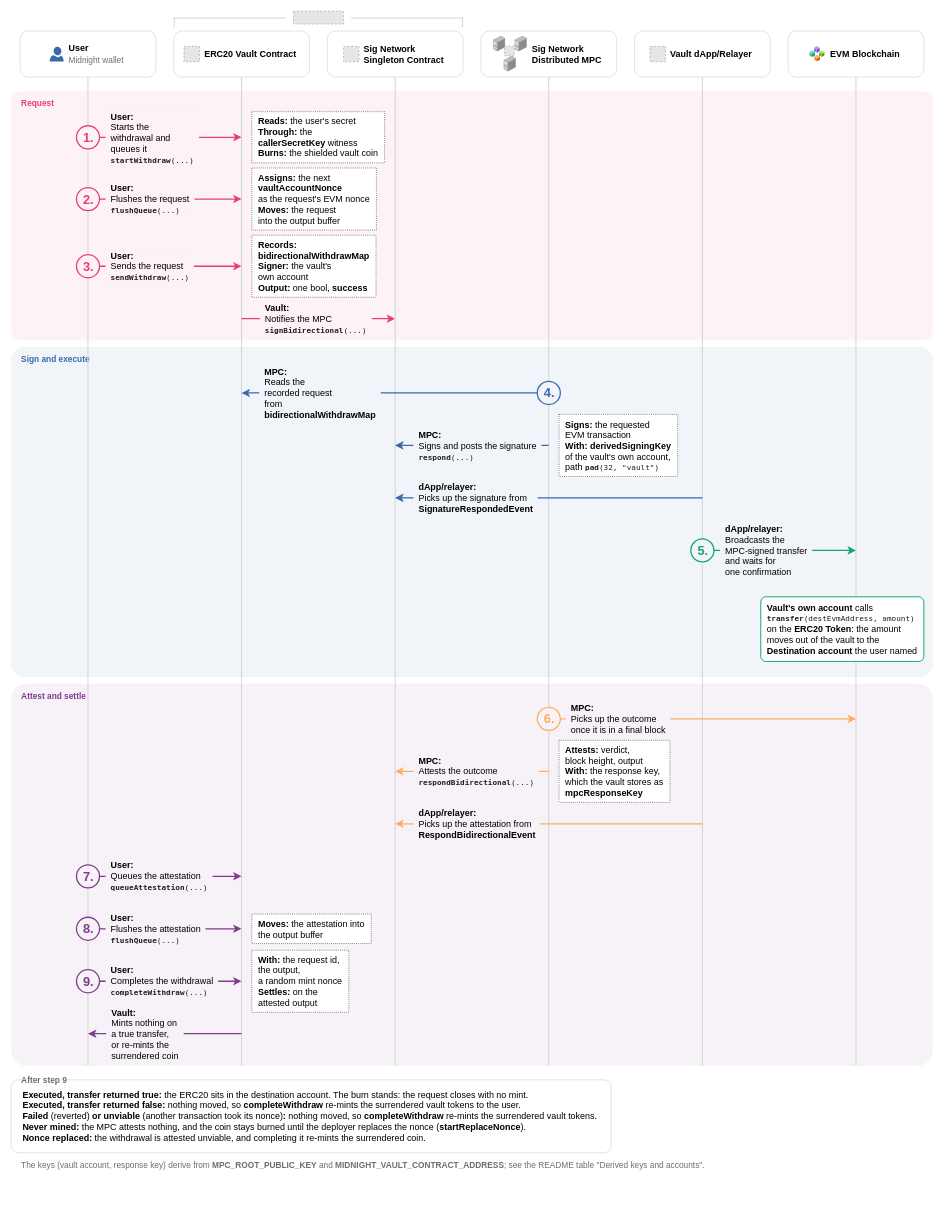
sig-net/midnight-examples keeps this draw.io diagram as examples/erc20-vault/docs/withdraw/withdraw.drawio. Above is the earlier version. Source tidied: cells renumbered, new cells numbered last; positions are measured from the earlier drawing's top-left corner, leaving out a move shared by most shapes. Both pictures are drawn from the tidied source at 64%, with x=0, y=0 at pixel (11, 11). Pictures stored in the file or linked from it are replaced by grey dashed boxes.
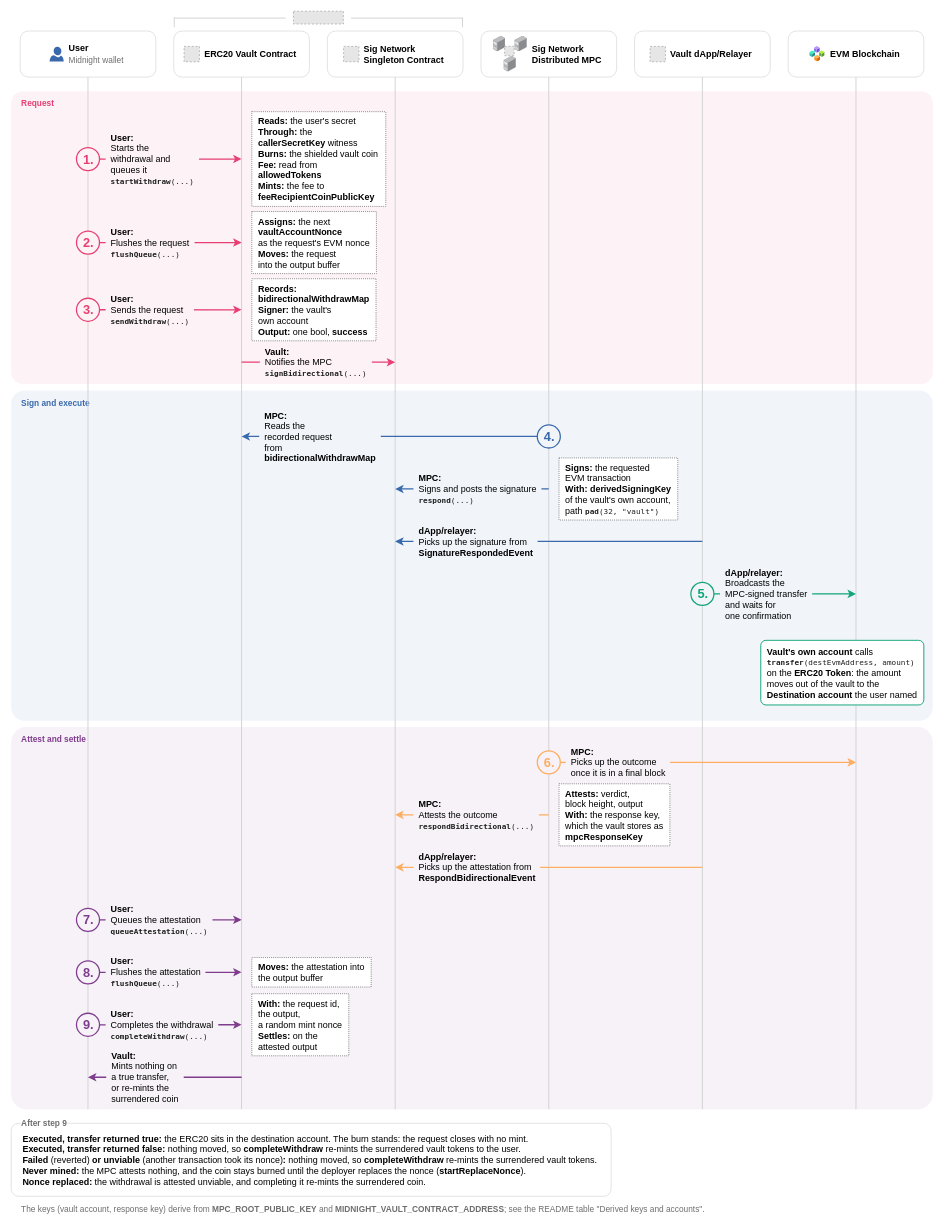
The same page after the edit.

The edit, as a diff of the source:
```diff
@@
     <mxCell id="2" style="rounded=1;arcSize=4;absoluteArcSize=0;whiteSpace=wrap;html=1;fillColor=#FDF2F5;strokeColor=none;" parent="1" vertex="1">
-      <mxGeometry y="125" width="1440" height="389.5" as="geometry" />
+      <mxGeometry y="125" width="1440" height="457.5" as="geometry" />
     </mxCell>
@@
     <mxCell id="4" style="rounded=1;arcSize=4;absoluteArcSize=0;whiteSpace=wrap;html=1;fillColor=#F1F5FA;strokeColor=none;" parent="1" vertex="1">
-      <mxGeometry y="524.5" width="1440" height="516" as="geometry" />
+      <mxGeometry y="592.5" width="1440" height="516" as="geometry" />
     </mxCell>
@@
     <mxCell id="6" style="rounded=1;arcSize=4;absoluteArcSize=0;whiteSpace=wrap;html=1;fillColor=#F6F2F7;strokeColor=none;" parent="1" vertex="1">
-      <mxGeometry y="1050.5" width="1440" height="597.2" as="geometry" />
+      <mxGeometry y="1118.5" width="1440" height="597.2" as="geometry" />
     </mxCell>
@@
     <mxCell id="8" style="rounded=0;html=1;fillColor=#D3D3D3;strokeColor=none;" parent="1" vertex="1">
-      <mxGeometry x="119.2" y="103" width="1.5" height="1544.7" as="geometry" />
+      <mxGeometry x="119.2" y="103" width="1.5" height="1612.7" as="geometry" />
     </mxCell>
@@
     <mxCell id="13" style="rounded=0;html=1;fillColor=#D3D3D3;strokeColor=none;" parent="1" vertex="1">
-      <mxGeometry x="359.2" y="103" width="1.5" height="1544.7" as="geometry" />
+      <mxGeometry x="359.2" y="103" width="1.5" height="1612.7" as="geometry" />
     </mxCell>
@@
     <mxCell id="17" style="rounded=0;html=1;fillColor=#D3D3D3;strokeColor=none;" parent="1" vertex="1">
-      <mxGeometry x="599.2" y="103" width="1.5" height="1544.7" as="geometry" />
+      <mxGeometry x="599.2" y="103" width="1.5" height="1612.7" as="geometry" />
     </mxCell>
@@
     <mxCell id="21" style="rounded=0;html=1;fillColor=#D3D3D3;strokeColor=none;" parent="1" vertex="1">
-      <mxGeometry x="839.2" y="103" width="1.5" height="1544.7" as="geometry" />
+      <mxGeometry x="839.2" y="103" width="1.5" height="1612.7" as="geometry" />
     </mxCell>
@@
     <mxCell id="28" style="rounded=0;html=1;fillColor=#D3D3D3;strokeColor=none;" parent="1" vertex="1">
-      <mxGeometry x="1079.2" y="103" width="1.5" height="1544.7" as="geometry" />
+      <mxGeometry x="1079.2" y="103" width="1.5" height="1612.7" as="geometry" />
     </mxCell>
@@
     <mxCell id="32" style="rounded=0;html=1;fillColor=#D3D3D3;strokeColor=none;" parent="1" vertex="1">
-      <mxGeometry x="1319.2" y="103" width="1.5" height="1544.7" as="geometry" />
+      <mxGeometry x="1319.2" y="103" width="1.5" height="1612.7" as="geometry" />
     </mxCell>
@@
-    <mxCell id="41" value="&lt;b&gt;Reads:&lt;/b&gt; the user's secret&lt;br&gt;&lt;b&gt;Through:&lt;/b&gt; the&lt;br&gt;&lt;b&gt;callerSecretKey&lt;/b&gt; witness&lt;br&gt;&lt;b&gt;Burns:&lt;/b&gt; the shielded vault coin" style="text;whiteSpace=wrap;html=1;horizontal=1;verticalAlign=middle;align=left;spacing=0;spacingLeft=10;spacingRight=6;fontSize=14;dashed=1;dashPattern=1 2;strokeColor=default;fillColor=#FFFFFF;" parent="1" vertex="1">
-      <mxGeometry x="376" y="157" width="207.5" height="80" as="geometry" />
+    <mxCell id="41" value="&lt;b&gt;Reads:&lt;/b&gt; the user's secret&lt;br&gt;&lt;b&gt;Through:&lt;/b&gt; the&lt;br&gt;&lt;b&gt;callerSecretKey&lt;/b&gt; witness&lt;br&gt;&lt;b&gt;Burns:&lt;/b&gt; the shielded vault coin&lt;br&gt;&lt;b&gt;Fee:&lt;/b&gt; read from &lt;b&gt;allowedTokens&lt;/b&gt;&lt;br&gt;&lt;b&gt;Mints:&lt;/b&gt; the fee to&lt;br&gt;&lt;b&gt;feeRecipientCoinPublicKey&lt;/b&gt;" style="text;whiteSpace=wrap;html=1;horizontal=1;verticalAlign=middle;align=left;spacing=0;spacingLeft=10;spacingRight=6;fontSize=14;dashed=1;dashPattern=1 2;strokeColor=default;fillColor=#FFFFFF;" parent="1" vertex="1">
+      <mxGeometry x="376" y="157" width="209.3" height="148" as="geometry" />
     </mxCell>
     <mxCell id="42" value="&lt;b&gt;Assigns:&lt;/b&gt; the next&lt;br&gt;&lt;b&gt;vaultAccountNonce&lt;/b&gt;&lt;br&gt;as the request's EVM nonce&lt;br&gt;&lt;b&gt;Moves:&lt;/b&gt; the request&lt;br&gt;into the output buffer" style="text;whiteSpace=wrap;html=1;horizontal=1;verticalAlign=middle;align=left;spacing=0;spacingLeft=10;spacingRight=6;fontSize=14;dashed=1;dashPattern=1 2;strokeColor=default;fillColor=#FFFFFF;" parent="1" vertex="1">
-      <mxGeometry x="376" y="245" width="194.6" height="97" as="geometry" />
+      <mxGeometry x="376" y="313" width="194.6" height="97" as="geometry" />
     </mxCell>
     <mxCell id="43" value="&lt;b&gt;Records:&lt;/b&gt;&lt;br&gt;&lt;b&gt;bidirectionalWithdrawMap&lt;/b&gt;&lt;br&gt;&lt;b&gt;Signer:&lt;/b&gt; the vault's&lt;br&gt;own account&lt;br&gt;&lt;b&gt;Output:&lt;/b&gt; one bool, &lt;b&gt;success&lt;/b&gt;" style="text;whiteSpace=wrap;html=1;horizontal=1;verticalAlign=middle;align=left;spacing=0;spacingLeft=10;spacingRight=6;fontSize=14;dashed=1;dashPattern=1 2;strokeColor=default;fillColor=#FFFFFF;" parent="1" vertex="1">
-      <mxGeometry x="376" y="350" width="194" height="97" as="geometry" />
+      <mxGeometry x="376" y="418" width="194" height="97" as="geometry" />
     </mxCell>
     <mxCell id="44" value="&lt;b&gt;Signs:&lt;/b&gt; the requested&lt;br&gt;EVM transaction&lt;br&gt;&lt;b&gt;With:&lt;/b&gt; &lt;b&gt;derivedSigningKey&lt;/b&gt;&lt;br&gt;of the vault's own account,&lt;br&gt;path &lt;span style=&quot;font-family: Menlo, Monaco, 'Courier New', monospace; font-size: 12px; color: rgb(32, 32, 32);&quot;&gt;&lt;b&gt;pad&lt;/b&gt;(32, &quot;vault&quot;)&lt;/span&gt;" style="text;whiteSpace=wrap;html=1;horizontal=1;verticalAlign=middle;align=left;spacing=0;spacingLeft=10;spacingRight=6;fontSize=14;dashed=1;dashPattern=1 2;strokeColor=default;fillColor=#FFFFFF;" parent="1" vertex="1">
-      <mxGeometry x="856" y="630" width="185.5" height="97" as="geometry" />
+      <mxGeometry x="856" y="698" width="185.5" height="97" as="geometry" />
     </mxCell>
     <mxCell id="45" value="&lt;b&gt;Attests:&lt;/b&gt; verdict,&lt;br&gt;block height, output&lt;br&gt;&lt;b&gt;With:&lt;/b&gt; the response key,&lt;br&gt;which the vault stores as&lt;br&gt;&lt;b&gt;mpcResponseKey&lt;/b&gt;" style="text;whiteSpace=wrap;html=1;horizontal=1;verticalAlign=middle;align=left;spacing=0;spacingLeft=10;spacingRight=6;fontSize=14;dashed=1;dashPattern=1 2;strokeColor=default;fillColor=#FFFFFF;" parent="1" vertex="1">
-      <mxGeometry x="856" y="1139.2" width="173.2" height="97" as="geometry" />
+      <mxGeometry x="856" y="1207.2" width="173.2" height="97" as="geometry" />
     </mxCell>
     <mxCell id="46" value="&lt;b&gt;Moves:&lt;/b&gt; the attestation into&lt;br&gt;the output buffer" style="text;whiteSpace=wrap;html=1;horizontal=1;verticalAlign=middle;align=left;spacing=0;spacingLeft=10;spacingRight=6;fontSize=14;dashed=1;dashPattern=1 2;strokeColor=default;fillColor=#FFFFFF;" parent="1" vertex="1">
-      <mxGeometry x="376" y="1410.7" width="186.5" height="46" as="geometry" />
+      <mxGeometry x="376" y="1478.7" width="186.5" height="46" as="geometry" />
     </mxCell>
     <mxCell id="47" value="&lt;b&gt;With:&lt;/b&gt; the request id,&lt;br&gt;the output,&lt;br&gt;a random mint nonce&lt;br&gt;&lt;b&gt;Settles:&lt;/b&gt; on the&lt;br&gt;attested output" style="text;whiteSpace=wrap;html=1;horizontal=1;verticalAlign=middle;align=left;spacing=0;spacingLeft=10;spacingRight=6;fontSize=14;dashed=1;dashPattern=1 2;strokeColor=default;fillColor=#FFFFFF;" parent="1" vertex="1">
-      <mxGeometry x="376" y="1467.2" width="151.5" height="97" as="geometry" />
+      <mxGeometry x="376" y="1535.2" width="151.5" height="97" as="geometry" />
     </mxCell>
     <mxCell id="48" value="&lt;b&gt;Executed, transfer returned true:&lt;/b&gt; the ERC20 sits in the destination account. The burn stands: the request closes with no mint.&lt;br&gt;&lt;b&gt;Executed, transfer returned false:&lt;/b&gt; nothing moved, so &lt;b&gt;completeWithdraw&lt;/b&gt; re-mints the surrendered vault tokens to the user.&lt;br&gt;&lt;b&gt;Failed&lt;/b&gt; (reverted) &lt;b&gt;or unviable&lt;/b&gt; (another transaction took its nonce)&lt;b&gt;:&lt;/b&gt; nothing moved, so &lt;b&gt;completeWithdraw&lt;/b&gt; re-mints the surrendered vault tokens.&lt;br&gt;&lt;b&gt;Never mined:&lt;/b&gt; the MPC attests nothing, and the coin stays burned until the deployer replaces the nonce (&lt;b&gt;startReplaceNonce&lt;/b&gt;).&lt;br&gt;&lt;b&gt;Nonce replaced:&lt;/b&gt; the withdrawal is attested unviable, and completing it re-mints the surrendered coin." style="rounded=1;arcSize=10;whiteSpace=wrap;html=1;align=left;verticalAlign=middle;fillColor=#FFFFFF;strokeColor=#D3D3D3;spacingLeft=16;spacingRight=16;fontSize=14;" parent="1" vertex="1">
-      <mxGeometry y="1669.7" width="937.4" height="114" as="geometry" />
+      <mxGeometry y="1737.7" width="937.4" height="114" as="geometry" />
     </mxCell>
     <mxCell id="49" value="The keys (vault account, response key) derive from &lt;b&gt;MPC_ROOT_PUBLIC_KEY&lt;/b&gt; and &lt;b&gt;MIDNIGHT_VAULT_CONTRACT_ADDRESS&lt;/b&gt;; see the README table &quot;Derived keys and accounts&quot;." style="text;html=1;align=left;verticalAlign=middle;spacing=0;fontSize=13;fontColor=#6E6E6E;" parent="1" vertex="1">
-      <mxGeometry x="16" y="1793.7" width="1087.6" height="18" as="geometry" />
+      <mxGeometry x="16" y="1861.7" width="1087.6" height="18" as="geometry" />
     </mxCell>
     <mxCell id="50" value="&lt;b&gt;After step 9&lt;/b&gt;" style="text;html=1;align=left;verticalAlign=middle;spacing=0;fontSize=13;labelBackgroundColor=#FFFFFF;fontColor=#6E6E6E;spacingLeft=4;spacingRight=4;" parent="1" vertex="1">
-      <mxGeometry x="12" y="1660.7" width="83.5" height="18" as="geometry" />
+      <mxGeometry x="12" y="1728.7" width="83.5" height="18" as="geometry" />
     </mxCell>
-    <mxCell id="51" style="exitX=1;exitY=0.50000;exitDx=0;exitDy=0;entryX=0.5;entryY=0.06085777;entryDx=0;entryDy=0;html=1;strokeColor=#E73F74;rounded=1;arcSize=20;strokeWidth=2;exitPerimeter=0;entryPerimeter=0;endSize=7;" parent="1" edge="1" source="81" target="13">
+    <mxCell id="51" style="exitX=1;exitY=0.50000;exitDx=0;exitDy=0;entryX=0.5;entryY=0.07937;entryDx=0;entryDy=0;html=1;strokeColor=#E73F74;rounded=1;arcSize=20;strokeWidth=2;exitPerimeter=0;entryPerimeter=0;endSize=7;" parent="1" edge="1" source="81" target="13">
       <mxGeometry relative="1" as="geometry" />
     </mxCell>
@@
-    <mxCell id="53" style="exitX=1;exitY=0.50000;exitDx=0;exitDy=0;entryX=0.5;entryY=0.12332675;entryDx=0;entryDy=0;html=1;strokeColor=#E73F74;rounded=1;arcSize=20;strokeWidth=2;exitPerimeter=0;entryPerimeter=0;endSize=7;" parent="1" edge="1" source="82" target="13">
+    <mxCell id="53" style="exitX=1;exitY=0.50000;exitDx=0;exitDy=0;entryX=0.5;entryY=0.16029195;entryDx=0;entryDy=0;html=1;strokeColor=#E73F74;rounded=1;arcSize=20;strokeWidth=2;exitPerimeter=0;entryPerimeter=0;endSize=7;" parent="1" edge="1" source="82" target="13">
       <mxGeometry relative="1" as="geometry" />
     </mxCell>
@@
-    <mxCell id="55" style="exitX=1;exitY=0.50000;exitDx=0;exitDy=0;entryX=0.5;entryY=0.19130337;entryDx=0;entryDy=0;html=1;strokeColor=#E73F74;rounded=1;arcSize=20;strokeWidth=2;exitPerimeter=0;entryPerimeter=0;endSize=7;" parent="1" edge="1" source="83" target="13">
+    <mxCell id="55" style="exitX=1;exitY=0.50000;exitDx=0;exitDy=0;entryX=0.5;entryY=0.22540232;entryDx=0;entryDy=0;html=1;strokeColor=#E73F74;rounded=1;arcSize=20;strokeWidth=2;exitPerimeter=0;entryPerimeter=0;endSize=7;" parent="1" edge="1" source="83" target="13">
       <mxGeometry relative="1" as="geometry" />
     </mxCell>
@@
-    <mxCell id="57" style="exitX=0.5;exitY=0.24437885;exitDx=0;exitDy=0;entryX=0.5;entryY=0.24437885;entryDx=0;entryDy=0;html=1;strokeColor=#E73F74;rounded=1;arcSize=20;strokeWidth=2;exitPerimeter=0;entryPerimeter=0;endSize=7;" parent="1" edge="1" source="13" target="17">
+    <mxCell id="57" style="exitX=0.5;exitY=0.27623985;exitDx=0;exitDy=0;entryX=0.5;entryY=0.27623985;entryDx=0;entryDy=0;html=1;strokeColor=#E73F74;rounded=1;arcSize=20;strokeWidth=2;exitPerimeter=0;entryPerimeter=0;endSize=7;" parent="1" edge="1" source="13" target="17">
       <mxGeometry relative="1" as="geometry" />
     </mxCell>
@@
-    <mxCell id="59" style="exitX=0;exitY=0.50000;exitDx=0;exitDy=0;entryX=0.5;entryY=0.31947432;entryDx=0;entryDy=0;html=1;strokeColor=#3969AC;rounded=1;arcSize=20;strokeWidth=2;exitPerimeter=0;entryPerimeter=0;endSize=7;" parent="1" edge="1" source="84" target="13">
+    <mxCell id="59" style="exitX=0;exitY=0.50000;exitDx=0;exitDy=0;entryX=0.5;entryY=0.3481689;entryDx=0;entryDy=0;html=1;strokeColor=#3969AC;rounded=1;arcSize=20;strokeWidth=2;exitPerimeter=0;entryPerimeter=0;endSize=7;" parent="1" edge="1" source="84" target="13">
       <mxGeometry relative="1" as="geometry" />
     </mxCell>
@@
-    <mxCell id="61" style="exitX=0.5;exitY=0.37256032;exitDx=0;exitDy=0;entryX=0.5;entryY=0.37256032;entryDx=0;entryDy=0;html=1;strokeColor=#3969AC;rounded=1;arcSize=20;strokeWidth=2;exitPerimeter=0;entryPerimeter=0;endSize=7;" parent="1" edge="1" source="21" target="17">
+    <mxCell id="61" style="exitX=0.5;exitY=0.39901651;exitDx=0;exitDy=0;entryX=0.5;entryY=0.39901651;entryDx=0;entryDy=0;html=1;strokeColor=#3969AC;rounded=1;arcSize=20;strokeWidth=2;exitPerimeter=0;entryPerimeter=0;endSize=7;" parent="1" edge="1" source="21" target="17">
       <mxGeometry relative="1" as="geometry" />
     </mxCell>
@@
-    <mxCell id="63" style="exitX=0.5;exitY=0.42564632;exitDx=0;exitDy=0;entryX=0.5;entryY=0.42564632;entryDx=0;entryDy=0;html=1;strokeColor=#3969AC;rounded=1;arcSize=20;strokeWidth=2;exitPerimeter=0;entryPerimeter=0;endSize=7;" parent="1" edge="1" source="28" target="17">
+    <mxCell id="63" style="exitX=0.5;exitY=0.44986412;exitDx=0;exitDy=0;entryX=0.5;entryY=0.44986412;entryDx=0;entryDy=0;html=1;strokeColor=#3969AC;rounded=1;arcSize=20;strokeWidth=2;exitPerimeter=0;entryPerimeter=0;endSize=7;" parent="1" edge="1" source="28" target="17">
       <mxGeometry relative="1" as="geometry" />
     </mxCell>
@@
-    <mxCell id="65" style="exitX=1;exitY=0.50000;exitDx=0;exitDy=0;entryX=0.5;entryY=0.47873232;entryDx=0;entryDy=0;html=1;strokeColor=#11A579;rounded=1;arcSize=20;strokeWidth=2;exitPerimeter=0;entryPerimeter=0;endSize=7;" parent="1" edge="1" source="85" target="32">
+    <mxCell id="65" style="exitX=1;exitY=0.50000;exitDx=0;exitDy=0;entryX=0.5;entryY=0.50071174;entryDx=0;entryDy=0;html=1;strokeColor=#11A579;rounded=1;arcSize=20;strokeWidth=2;exitPerimeter=0;entryPerimeter=0;endSize=7;" parent="1" edge="1" source="85" target="32">
       <mxGeometry relative="1" as="geometry" />
     </mxCell>
@@
-    <mxCell id="67" style="exitX=1;exitY=0.50000;exitDx=0;exitDy=0;entryX=0.5;entryY=0.64912143;entryDx=0;entryDy=0;html=1;strokeColor=#FDAE61;rounded=1;arcSize=20;strokeWidth=2;exitPerimeter=0;entryPerimeter=0;endSize=7;" parent="1" edge="1" source="87" target="32">
+    <mxCell id="67" style="exitX=1;exitY=0.50000;exitDx=0;exitDy=0;entryX=0.5;entryY=0.66391634;entryDx=0;entryDy=0;html=1;strokeColor=#FDAE61;rounded=1;arcSize=20;strokeWidth=2;exitPerimeter=0;entryPerimeter=0;endSize=7;" parent="1" edge="1" source="87" target="32">
       <mxGeometry relative="1" as="geometry" />
     </mxCell>
@@
-    <mxCell id="69" style="exitX=0.5;exitY=0.70220744;exitDx=0;exitDy=0;entryX=0.5;entryY=0.70220744;entryDx=0;entryDy=0;html=1;strokeColor=#FDAE61;rounded=1;arcSize=20;strokeWidth=2;exitPerimeter=0;entryPerimeter=0;endSize=7;" parent="1" edge="1" source="21" target="17">
+    <mxCell id="69" style="exitX=0.5;exitY=0.71476396;exitDx=0;exitDy=0;entryX=0.5;entryY=0.71476396;entryDx=0;entryDy=0;html=1;strokeColor=#FDAE61;rounded=1;arcSize=20;strokeWidth=2;exitPerimeter=0;entryPerimeter=0;endSize=7;" parent="1" edge="1" source="21" target="17">
       <mxGeometry relative="1" as="geometry" />
     </mxCell>
@@
-    <mxCell id="71" style="exitX=0.5;exitY=0.75529344;exitDx=0;exitDy=0;entryX=0.5;entryY=0.75529344;entryDx=0;entryDy=0;html=1;strokeColor=#FDAE61;rounded=1;arcSize=20;strokeWidth=2;exitPerimeter=0;entryPerimeter=0;endSize=7;" parent="1" edge="1" source="28" target="17">
+    <mxCell id="71" style="exitX=0.5;exitY=0.76561157;exitDx=0;exitDy=0;entryX=0.5;entryY=0.76561157;entryDx=0;entryDy=0;html=1;strokeColor=#FDAE61;rounded=1;arcSize=20;strokeWidth=2;exitPerimeter=0;entryPerimeter=0;endSize=7;" parent="1" edge="1" source="28" target="17">
       <mxGeometry relative="1" as="geometry" />
     </mxCell>
@@
-    <mxCell id="73" style="exitX=1;exitY=0.50000;exitDx=0;exitDy=0;entryX=0.5;entryY=0.80837944;entryDx=0;entryDy=0;html=1;strokeColor=#7F3C8D;rounded=1;arcSize=20;strokeWidth=2;exitPerimeter=0;entryPerimeter=0;endSize=7;" parent="1" edge="1" source="88" target="13">
+    <mxCell id="73" style="exitX=1;exitY=0.50000;exitDx=0;exitDy=0;entryX=0.5;entryY=0.81645918;entryDx=0;entryDy=0;html=1;strokeColor=#7F3C8D;rounded=1;arcSize=20;strokeWidth=2;exitPerimeter=0;entryPerimeter=0;endSize=7;" parent="1" edge="1" source="88" target="13">
       <mxGeometry relative="1" as="geometry" />
     </mxCell>
@@
-    <mxCell id="75" style="exitX=1;exitY=0.50000;exitDx=0;exitDy=0;entryX=0.5;entryY=0.8614667;entryDx=0;entryDy=0;html=1;strokeColor=#7F3C8D;rounded=1;arcSize=20;strokeWidth=2;exitPerimeter=0;entryPerimeter=0;endSize=7;" parent="1" edge="1" source="89" target="13">
+    <mxCell id="75" style="exitX=1;exitY=0.50000;exitDx=0;exitDy=0;entryX=0.5;entryY=0.867308;entryDx=0;entryDy=0;html=1;strokeColor=#7F3C8D;rounded=1;arcSize=20;strokeWidth=2;exitPerimeter=0;entryPerimeter=0;endSize=7;" parent="1" edge="1" source="89" target="13">
       <mxGeometry relative="1" as="geometry" />
     </mxCell>
@@
-    <mxCell id="77" style="exitX=1;exitY=0.50000;exitDx=0;exitDy=0;entryX=0.5;entryY=0.91454217;entryDx=0;entryDy=0;html=1;strokeColor=#7F3C8D;rounded=1;arcSize=20;strokeWidth=2;exitPerimeter=0;entryPerimeter=0;endSize=7;" parent="1" edge="1" source="90" target="13">
+    <mxCell id="77" style="exitX=1;exitY=0.50000;exitDx=0;exitDy=0;entryX=0.5;entryY=0.91814553;entryDx=0;entryDy=0;html=1;strokeColor=#7F3C8D;rounded=1;arcSize=20;strokeWidth=2;exitPerimeter=0;entryPerimeter=0;endSize=7;" parent="1" edge="1" source="90" target="13">
       <mxGeometry relative="1" as="geometry" />
     </mxCell>
@@
-    <mxCell id="79" style="exitX=0.5;exitY=0.96762818;exitDx=0;exitDy=0;entryX=0.5;entryY=0.96762818;entryDx=0;entryDy=0;html=1;strokeColor=#7F3C8D;rounded=1;arcSize=20;strokeWidth=2;exitPerimeter=0;entryPerimeter=0;endSize=7;" parent="1" edge="1" source="13" target="8">
+    <mxCell id="79" style="exitX=0.5;exitY=0.96899315;exitDx=0;exitDy=0;entryX=0.5;entryY=0.96899315;entryDx=0;entryDy=0;html=1;strokeColor=#7F3C8D;rounded=1;arcSize=20;strokeWidth=2;exitPerimeter=0;entryPerimeter=0;endSize=7;" parent="1" edge="1" source="13" target="8">
       <mxGeometry relative="1" as="geometry" />
     </mxCell>
@@
     <mxCell id="81" value="1." style="ellipse;whiteSpace=wrap;html=1;fontStyle=1;fontSize=20;spacing=0;spacingTop=-1;fillColor=#FDF2F5;spacingLeft=2;fontColor=#E73F74;strokeWidth=2;strokeColor=#E73F74;" parent="1" vertex="1">
-      <mxGeometry x="102" y="179" width="36" height="36" as="geometry" />
+      <mxGeometry x="102" y="213" width="36" height="36" as="geometry" />
     </mxCell>
     <mxCell id="82" value="2." style="ellipse;whiteSpace=wrap;html=1;fontStyle=1;fontSize=20;spacing=0;spacingTop=-1;fillColor=#FDF2F5;spacingLeft=2;fontColor=#E73F74;strokeWidth=2;strokeColor=#E73F74;" parent="1" vertex="1">
-      <mxGeometry x="102" y="275.5" width="36" height="36" as="geometry" />
+      <mxGeometry x="102" y="343.5" width="36" height="36" as="geometry" />
     </mxCell>
     <mxCell id="83" value="3." style="ellipse;whiteSpace=wrap;html=1;fontStyle=1;fontSize=20;spacing=0;spacingTop=-1;fillColor=#FDF2F5;spacingLeft=2;fontColor=#E73F74;strokeWidth=2;strokeColor=#E73F74;" parent="1" vertex="1">
-      <mxGeometry x="102" y="380.5" width="36" height="36" as="geometry" />
+      <mxGeometry x="102" y="448.5" width="36" height="36" as="geometry" />
     </mxCell>
     <mxCell id="84" value="4." style="ellipse;whiteSpace=wrap;html=1;fontStyle=1;fontSize=20;spacing=0;spacingTop=-1;fillColor=#F1F5FA;spacingLeft=2;fontColor=#3969AC;strokeWidth=2;strokeColor=#3969AC;" parent="1" vertex="1">
-      <mxGeometry x="822" y="578.5" width="36" height="36" as="geometry" />
+      <mxGeometry x="822" y="646.5" width="36" height="36" as="geometry" />
     </mxCell>
     <mxCell id="85" value="5." style="ellipse;whiteSpace=wrap;html=1;fontStyle=1;fontSize=20;spacing=0;spacingTop=-1;fillColor=#F1F5FA;spacingLeft=2;fontColor=#11A579;strokeWidth=2;strokeColor=#11A579;" parent="1" vertex="1">
-      <mxGeometry x="1062" y="824.5" width="36" height="36" as="geometry" />
+      <mxGeometry x="1062" y="892.5" width="36" height="36" as="geometry" />
     </mxCell>
     <mxCell id="86" value="&lt;b&gt;Vault's own account&lt;/b&gt; calls&lt;br&gt;&lt;span style=&quot;font-family: Menlo, Monaco, 'Courier New', monospace; font-size: 12px; color: rgb(32, 32, 32);&quot;&gt;&lt;b&gt;transfer&lt;/b&gt;(destEvmAddress, amount)&lt;/span&gt;&lt;br&gt;on the &lt;b&gt;ERC20 Token&lt;/b&gt;: the amount&lt;br&gt;moves out of the vault to the&lt;br&gt;&lt;b&gt;Destination account&lt;/b&gt; the user named" style="rounded=1;arcSize=8;whiteSpace=wrap;html=1;align=left;verticalAlign=middle;fillColor=#FFFFFF;strokeColor=#11A579;strokeWidth=1.5;spacing=0;spacingLeft=10;spacingRight=10;fontSize=14;" parent="1" vertex="1">
-      <mxGeometry x="1171.2" y="915" width="254.8" height="101" as="geometry" />
+      <mxGeometry x="1171.2" y="983" width="254.8" height="101" as="geometry" />
     </mxCell>
     <mxCell id="87" value="6." style="ellipse;whiteSpace=wrap;html=1;fontStyle=1;fontSize=20;spacing=0;spacingTop=-1;fillColor=#F6F2F7;spacingLeft=2;fontColor=#FDAE61;strokeWidth=2;strokeColor=#FDAE61;" parent="1" vertex="1">
-      <mxGeometry x="822" y="1087.7" width="36" height="36" as="geometry" />
+      <mxGeometry x="822" y="1155.7" width="36" height="36" as="geometry" />
     </mxCell>
     <mxCell id="88" value="7." style="ellipse;whiteSpace=wrap;html=1;fontStyle=1;fontSize=20;spacing=0;spacingTop=-1;fillColor=#F6F2F7;spacingLeft=2;fontColor=#7F3C8D;strokeWidth=2;strokeColor=#7F3C8D;" parent="1" vertex="1">
-      <mxGeometry x="102" y="1333.7" width="36" height="36" as="geometry" />
+      <mxGeometry x="102" y="1401.7" width="36" height="36" as="geometry" />
     </mxCell>
     <mxCell id="89" value="8." style="ellipse;whiteSpace=wrap;html=1;fontStyle=1;fontSize=20;spacing=0;spacingTop=-1;fillColor=#F6F2F7;spacingLeft=2;fontColor=#7F3C8D;strokeWidth=2;strokeColor=#7F3C8D;" parent="1" vertex="1">
-      <mxGeometry x="102" y="1415.7" width="36" height="36" as="geometry" />
+      <mxGeometry x="102" y="1483.7" width="36" height="36" as="geometry" />
     </mxCell>
     <mxCell id="90" value="9." style="ellipse;whiteSpace=wrap;html=1;fontStyle=1;fontSize=20;spacing=0;spacingTop=-1;fillColor=#F6F2F7;spacingLeft=2;fontColor=#7F3C8D;strokeWidth=2;strokeColor=#7F3C8D;" parent="1" vertex="1">
-      <mxGeometry x="102" y="1497.7" width="36" height="36" as="geometry" />
+      <mxGeometry x="102" y="1565.7" width="36" height="36" as="geometry" />
     </mxCell>
```
